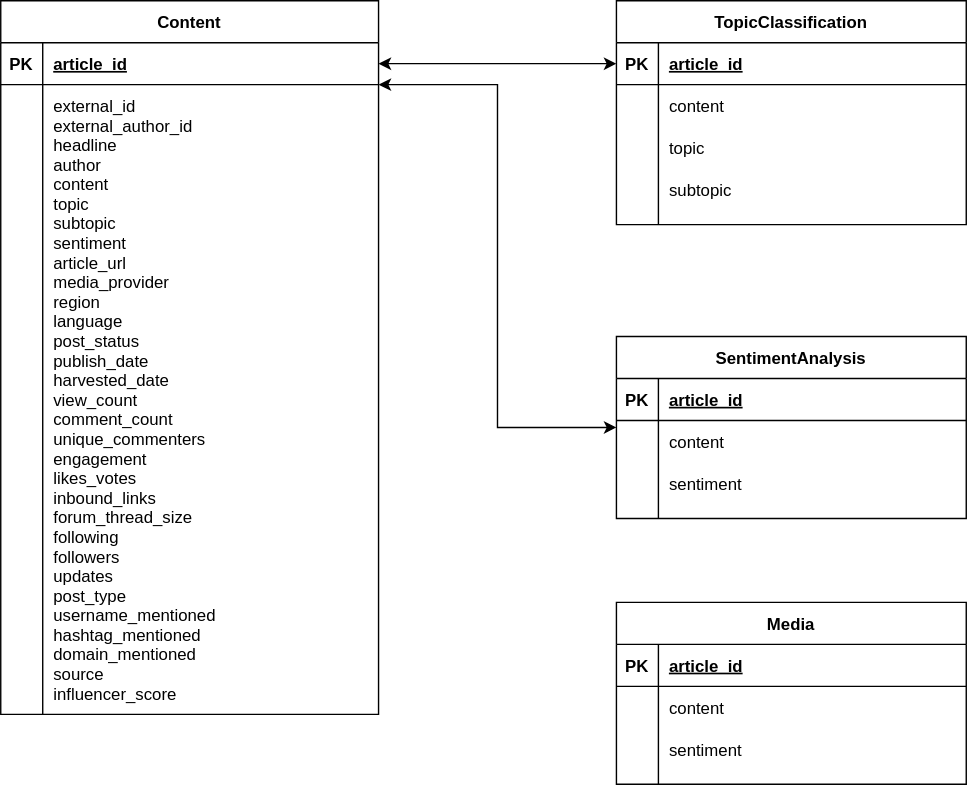
Earlier version of the draw.io export db.svg (nadiaasrin/neddo). Source tidied: cells renumbered, new cells last; positions are measured from the earlier drawing's top-left corner, leaving out a move shared by most shapes.
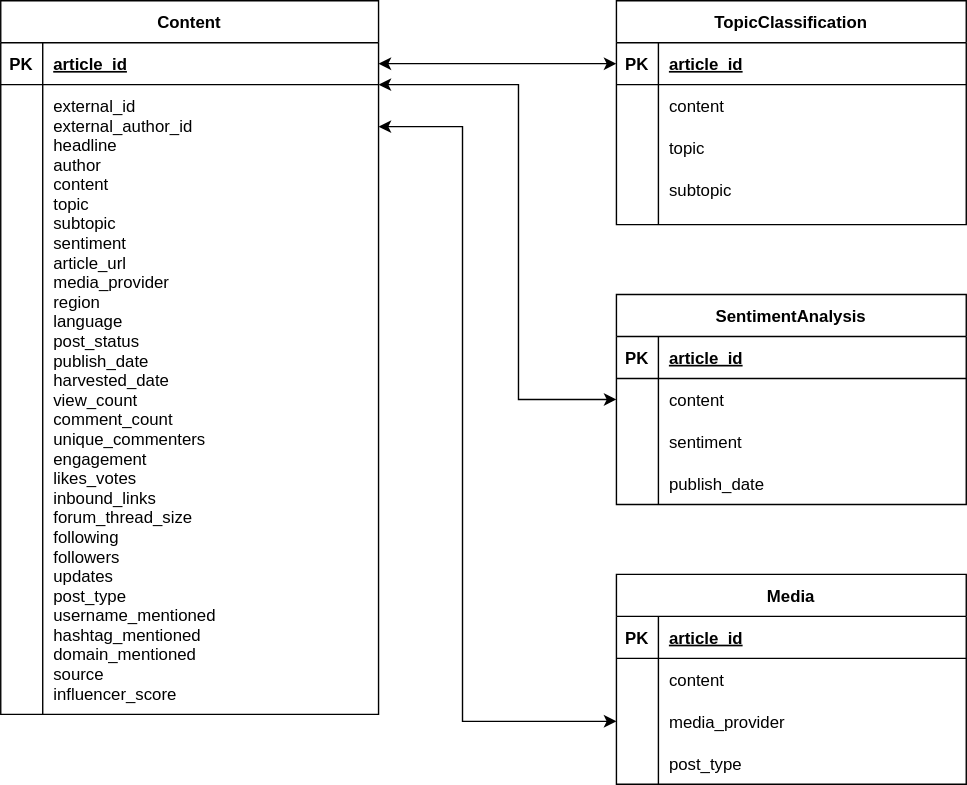
Later version of the same file.

The edit, as a diff of the source:
```diff
@@ -33,7 +33,7 @@
       <mxGeometry x="30" width="220" height="30" as="geometry" />
     </mxCell>
     <mxCell id="12" value="SentimentAnalysis" style="shape=table;startSize=30;rowLines=0;fontStyle=1;align=center;" parent="1" vertex="1">
-      <mxGeometry x="440" y="240" width="250" height="130" as="geometry" />
+      <mxGeometry x="440" y="210" width="250" height="150" as="geometry" />
     </mxCell>
     <mxCell id="13" style="shape=partialRectangle;fillColor=none;top=0;left=0;right=0;bottom=1;" parent="12" vertex="1">
       <mxGeometry y="30" width="250" height="30" as="geometry" />
@@ -89,8 +89,8 @@
     <mxCell id="30" style="edgeStyle=orthogonalEdgeStyle;rounded=0;jettySize=auto;html=1;entryX=0;entryY=0.5;entryDx=0;entryDy=0;startArrow=classic;startFill=1;" parent="1" edge="1" source="23" target="12">
       <mxGeometry relative="1" as="geometry">
         <Array as="points">
-          <mxPoint x="355" y="60" />
-          <mxPoint x="355" y="305" />
+          <mxPoint x="370" y="60" />
+          <mxPoint x="370" y="285" />
         </Array>
       </mxGeometry>
     </mxCell>
@@ -98,7 +98,7 @@
       <mxGeometry relative="1" as="geometry" />
     </mxCell>
     <mxCell id="32" value="Media" style="shape=table;startSize=30;rowLines=0;fontStyle=1;align=center;" parent="1" vertex="1">
-      <mxGeometry x="440" y="430" width="250" height="130" as="geometry" />
+      <mxGeometry x="440" y="410" width="250" height="150" as="geometry" />
     </mxCell>
     <mxCell id="33" style="shape=partialRectangle;fillColor=none;top=0;left=0;right=0;bottom=1;" parent="32" vertex="1">
       <mxGeometry y="30" width="250" height="30" as="geometry" />
@@ -124,11 +124,26 @@
     <mxCell id="40" style="shape=partialRectangle;overflow=hidden;fillColor=none;top=0;left=0;bottom=0;right=0;" parent="39" vertex="1">
       <mxGeometry width="30" height="30" as="geometry" />
     </mxCell>
-    <mxCell id="41" value="sentiment" style="shape=partialRectangle;overflow=hidden;fillColor=none;top=0;left=0;bottom=0;right=0;align=left;spacingLeft=6;" parent="39" vertex="1">
+    <mxCell id="41" value="media_provider" style="shape=partialRectangle;overflow=hidden;fillColor=none;top=0;left=0;bottom=0;right=0;align=left;spacingLeft=6;" parent="39" vertex="1">
       <mxGeometry x="30" width="220" height="30" as="geometry" />
     </mxCell>
     <mxCell id="42" value="subtopic" style="shape=partialRectangle;overflow=hidden;fillColor=none;top=0;left=0;bottom=0;right=0;align=left;spacingLeft=6;" parent="1" vertex="1">
       <mxGeometry x="470" y="120" width="220" height="30" as="geometry" />
     </mxCell>
+    <mxCell id="43" value="post_type" style="shape=partialRectangle;overflow=hidden;fillColor=none;top=0;left=0;bottom=0;right=0;align=left;spacingLeft=6;" parent="1" vertex="1">
+      <mxGeometry x="470" y="530" width="220" height="30" as="geometry" />
+    </mxCell>
+    <mxCell id="44" value="publish_date" style="shape=partialRectangle;overflow=hidden;fillColor=none;top=0;left=0;bottom=0;right=0;align=left;spacingLeft=6;" parent="1" vertex="1">
+      <mxGeometry x="470" y="330" width="220" height="30" as="geometry" />
+    </mxCell>
+    <mxCell id="45" style="edgeStyle=orthogonalEdgeStyle;rounded=0;jettySize=auto;html=1;startArrow=classic;startFill=1;" parent="1" edge="1" target="39">
+      <mxGeometry relative="1" as="geometry">
+        <mxPoint x="270" y="90" as="sourcePoint" />
+        <Array as="points">
+          <mxPoint x="330" y="90" />
+          <mxPoint x="330" y="515" />
+        </Array>
+      </mxGeometry>
+    </mxCell>
   </root>
 </mxGraphModel>
```
